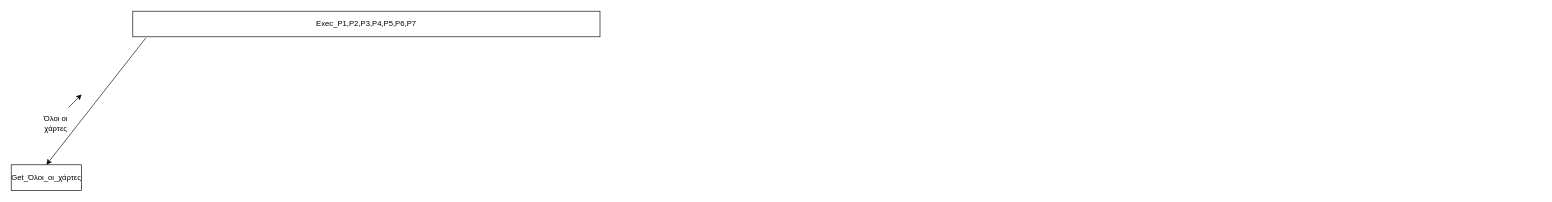
vag4me/Information_system keeps this draw.io diagram as dpd.drawio. Above is the earlier version. Source tidied: cells renumbered, new cells numbered last; positions are measured from the earlier drawing's top-left corner, leaving out a move shared by most shapes. Both pictures are drawn from the tidied source at 64%, with x=0, y=0 at pixel (11, 11).
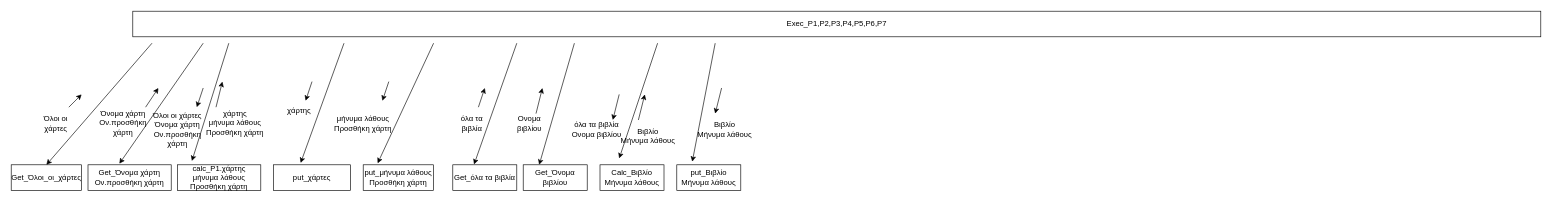
The same diagram, later.

Unchanged cells that the change refers to:
```xml
<mxCell id="3" value="Get_Όλοι_οι_χάρτες" style="whiteSpace=wrap;html=1;align=center;" parent="1" vertex="1">
  <mxGeometry y="240" width="110" height="40" as="geometry" />
</mxCell>
```

What changed in the source:
```diff
@@
     <mxCell id="2" value="Exec_P1,P2,P3,P4,P5,P6,P7" style="whiteSpace=wrap;html=1;align=center;" parent="1" vertex="1">
-      <mxGeometry x="190" width="730" height="40" as="geometry" />
+      <mxGeometry x="190" width="2200" height="40" as="geometry" />
     </mxCell>
@@
-    <mxCell id="4" style="endArrow=classic;html=1;rounded=0;exitX=0.028;exitY=1.043;exitDx=0;exitDy=0;exitPerimeter=0;entryX=0.5;entryY=0;entryDx=0;entryDy=0;" parent="1" edge="1" source="2" target="3">
-      <mxGeometry relative="1" as="geometry" />
+    <mxCell id="4" style="endArrow=classic;html=1;rounded=0;entryX=0.5;entryY=0;entryDx=0;entryDy=0;" parent="1" edge="1" target="3">
+      <mxGeometry relative="1" as="geometry">
+        <mxPoint x="220" y="50" as="sourcePoint" />
+      </mxGeometry>
     </mxCell>
@@
+    <mxCell id="7" value="Get_Όνομα χάρτη&lt;br&gt;Ον.προσθήκη χάρτη" style="whiteSpace=wrap;html=1;align=center;" parent="1" vertex="1">
+      <mxGeometry x="120" y="240" width="130" height="40" as="geometry" />
+    </mxCell>
+    <mxCell id="8" style="endArrow=classic;html=1;rounded=0;entryX=0.377;entryY=-0.044;entryDx=0;entryDy=0;entryPerimeter=0;" parent="1" edge="1" target="7">
+      <mxGeometry relative="1" as="geometry">
+        <mxPoint x="300" y="50" as="sourcePoint" />
+      </mxGeometry>
+    </mxCell>
+    <mxCell id="9" style="endArrow=classic;html=1;rounded=0;" parent="1" edge="1">
+      <mxGeometry relative="1" as="geometry">
+        <mxPoint x="210" y="150" as="sourcePoint" />
+        <mxPoint x="230" y="120" as="targetPoint" />
+      </mxGeometry>
+    </mxCell>
+    <mxCell id="10" value="Όνομα χάρτη&lt;br&gt;Ον.προσθήκη χάρτη" style="text;html=1;strokeColor=none;fillColor=none;align=center;verticalAlign=middle;whiteSpace=wrap;rounded=0;" parent="1" vertex="1">
+      <mxGeometry x="140" y="160" width="70" height="30" as="geometry" />
+    </mxCell>
+    <mxCell id="11" value="calc_Ρ1.χάρτης&lt;br&gt;μήνυμα λάθους&lt;br&gt;Προσθήκη χάρτη" style="whiteSpace=wrap;html=1;align=center;" parent="1" vertex="1">
+      <mxGeometry x="260" y="240" width="130" height="40" as="geometry" />
+    </mxCell>
+    <mxCell id="12" style="endArrow=classic;html=1;rounded=0;entryX=0.172;entryY=-0.148;entryDx=0;entryDy=0;entryPerimeter=0;" parent="1" edge="1" target="11">
+      <mxGeometry relative="1" as="geometry">
+        <mxPoint x="340" y="50" as="sourcePoint" />
+      </mxGeometry>
+    </mxCell>
+    <mxCell id="13" style="endArrow=classic;html=1;rounded=0;" parent="1" edge="1">
+      <mxGeometry relative="1" as="geometry">
+        <mxPoint x="300" y="120" as="sourcePoint" />
+        <mxPoint x="290" y="150" as="targetPoint" />
+      </mxGeometry>
+    </mxCell>
+    <mxCell id="14" value="Όλοι οι χάρτες&lt;br&gt;Όνομα χάρτη&lt;br&gt;Ον.προσθήκη χάρτη" style="text;html=1;strokeColor=none;fillColor=none;align=center;verticalAlign=middle;whiteSpace=wrap;rounded=0;" parent="1" vertex="1">
+      <mxGeometry x="220" y="170" width="80" height="30" as="geometry" />
+    </mxCell>
+    <mxCell id="15" style="endArrow=classic;html=1;rounded=0;" parent="1" edge="1">
+      <mxGeometry relative="1" as="geometry">
+        <mxPoint x="320" y="150" as="sourcePoint" />
+        <mxPoint x="330" y="110" as="targetPoint" />
+      </mxGeometry>
+    </mxCell>
+    <mxCell id="16" value="χάρτης&lt;br&gt;μήνυμα λάθους&lt;br&gt;Προσθήκη χάρτη" style="text;html=1;strokeColor=none;fillColor=none;align=center;verticalAlign=middle;whiteSpace=wrap;rounded=0;" parent="1" vertex="1">
+      <mxGeometry x="300" y="160" width="100" height="30" as="geometry" />
+    </mxCell>
+    <mxCell id="17" value="put_χάρτες" style="whiteSpace=wrap;html=1;align=center;" parent="1" vertex="1">
+      <mxGeometry x="410" y="240" width="120" height="40" as="geometry" />
+    </mxCell>
+    <mxCell id="18" style="endArrow=classic;html=1;rounded=0;entryX=0.352;entryY=-0.073;entryDx=0;entryDy=0;entryPerimeter=0;" parent="1" edge="1" target="17">
+      <mxGeometry relative="1" as="geometry">
+        <mxPoint x="520" y="50" as="sourcePoint" />
+      </mxGeometry>
+    </mxCell>
+    <mxCell id="19" style="endArrow=classic;html=1;rounded=0;" parent="1" edge="1">
+      <mxGeometry relative="1" as="geometry">
+        <mxPoint x="470" y="110" as="sourcePoint" />
+        <mxPoint x="460" y="140" as="targetPoint" />
+      </mxGeometry>
+    </mxCell>
+    <mxCell id="20" value="χάρτης" style="text;html=1;strokeColor=none;fillColor=none;align=center;verticalAlign=middle;whiteSpace=wrap;rounded=0;" parent="1" vertex="1">
+      <mxGeometry x="420" y="140" width="60" height="30" as="geometry" />
+    </mxCell>
+    <mxCell id="21" style="endArrow=classic;html=1;rounded=0;entryX=0.205;entryY=-0.058;entryDx=0;entryDy=0;entryPerimeter=0;" parent="1" edge="1" target="22">
+      <mxGeometry relative="1" as="geometry">
+        <mxPoint x="660" y="50" as="sourcePoint" />
+      </mxGeometry>
+    </mxCell>
+    <mxCell id="22" value="put_μήνυμα λάθους&lt;br&gt;Προσθήκη χάρτη" style="whiteSpace=wrap;html=1;align=center;" parent="1" vertex="1">
+      <mxGeometry x="550" y="240" width="110" height="40" as="geometry" />
+    </mxCell>
+    <mxCell id="23" style="endArrow=classic;html=1;rounded=0;" parent="1" edge="1">
+      <mxGeometry relative="1" as="geometry">
+        <mxPoint x="590" y="110" as="sourcePoint" />
+        <mxPoint x="580" y="140" as="targetPoint" />
+      </mxGeometry>
+    </mxCell>
+    <mxCell id="24" value="μήνυμα λάθους&lt;br&gt;Προσθήκη χάρτη" style="text;html=1;strokeColor=none;fillColor=none;align=center;verticalAlign=middle;whiteSpace=wrap;rounded=0;" parent="1" vertex="1">
+      <mxGeometry x="500" y="160" width="100" height="30" as="geometry" />
+    </mxCell>
+    <mxCell id="25" value="Get_όλα τα βιβλία" style="whiteSpace=wrap;html=1;align=center;" parent="1" vertex="1">
+      <mxGeometry x="690" y="240" width="100" height="40" as="geometry" />
+    </mxCell>
+    <mxCell id="26" style="endArrow=classic;html=1;rounded=0;entryX=0.332;entryY=-0.013;entryDx=0;entryDy=0;entryPerimeter=0;" parent="1" edge="1" target="25">
+      <mxGeometry relative="1" as="geometry">
+        <mxPoint x="790" y="50" as="sourcePoint" />
+      </mxGeometry>
+    </mxCell>
+    <mxCell id="27" style="endArrow=classic;html=1;rounded=0;" parent="1" edge="1">
+      <mxGeometry relative="1" as="geometry">
+        <mxPoint x="730" y="150" as="sourcePoint" />
+        <mxPoint x="740" y="120" as="targetPoint" />
+      </mxGeometry>
+    </mxCell>
+    <mxCell id="28" value="όλα τα βιβλία" style="text;html=1;strokeColor=none;fillColor=none;align=center;verticalAlign=middle;whiteSpace=wrap;rounded=0;" parent="1" vertex="1">
+      <mxGeometry x="690" y="160" width="60" height="30" as="geometry" />
+    </mxCell>
+    <mxCell id="29" value="Get_Όνομα βιβλίου" style="whiteSpace=wrap;html=1;align=center;" parent="1" vertex="1">
+      <mxGeometry x="800" y="240" width="100" height="40" as="geometry" />
+    </mxCell>
+    <mxCell id="30" style="endArrow=classic;html=1;rounded=0;entryX=0.25;entryY=0;entryDx=0;entryDy=0;" parent="1" edge="1" target="29">
+      <mxGeometry relative="1" as="geometry">
+        <mxPoint x="880" y="50" as="sourcePoint" />
+      </mxGeometry>
+    </mxCell>
+    <mxCell id="31" style="endArrow=classic;html=1;rounded=0;" parent="1" edge="1">
+      <mxGeometry relative="1" as="geometry">
+        <mxPoint x="820" y="160" as="sourcePoint" />
+        <mxPoint x="830" y="120" as="targetPoint" />
+      </mxGeometry>
+    </mxCell>
+    <mxCell id="32" value="Ονομα βιβλίου" style="text;html=1;strokeColor=none;fillColor=none;align=center;verticalAlign=middle;whiteSpace=wrap;rounded=0;" parent="1" vertex="1">
+      <mxGeometry x="780" y="160" width="60" height="30" as="geometry" />
+    </mxCell>
+    <mxCell id="33" value="Calc_Βιβλίο&lt;br&gt;Μήνυμα λάθους" style="whiteSpace=wrap;html=1;align=center;" parent="1" vertex="1">
+      <mxGeometry x="920" y="240" width="100" height="40" as="geometry" />
+    </mxCell>
+    <mxCell id="34" style="endArrow=classic;html=1;rounded=0;" parent="1" edge="1">
+      <mxGeometry relative="1" as="geometry">
+        <mxPoint x="1010" y="50" as="sourcePoint" />
+        <mxPoint x="950" y="230" as="targetPoint" />
+      </mxGeometry>
+    </mxCell>
+    <mxCell id="35" style="endArrow=classic;html=1;rounded=0;" parent="1" edge="1">
+      <mxGeometry relative="1" as="geometry">
+        <mxPoint x="950" y="130" as="sourcePoint" />
+        <mxPoint x="940" y="170" as="targetPoint" />
+      </mxGeometry>
+    </mxCell>
+    <mxCell id="36" value="όλα τα βιβλία&lt;br&gt;Ονομα βιβλίου" style="text;html=1;strokeColor=none;fillColor=none;align=center;verticalAlign=middle;whiteSpace=wrap;rounded=0;" parent="1" vertex="1">
+      <mxGeometry x="870" y="170" width="90" height="30" as="geometry" />
+    </mxCell>
+    <mxCell id="37" style="endArrow=classic;html=1;rounded=0;" parent="1" edge="1">
+      <mxGeometry relative="1" as="geometry">
+        <mxPoint x="980" y="170" as="sourcePoint" />
+        <mxPoint x="990" y="130" as="targetPoint" />
+      </mxGeometry>
+    </mxCell>
+    <mxCell id="38" value="Βιβλίο&lt;br&gt;Μήνυμα λάθους" style="text;html=1;strokeColor=none;fillColor=none;align=center;verticalAlign=middle;whiteSpace=wrap;rounded=0;" parent="1" vertex="1">
+      <mxGeometry x="950" y="180" width="90" height="30" as="geometry" />
+    </mxCell>
+    <mxCell id="39" value="put_Βιβλίο&lt;br&gt;Μήνυμα λάθους" style="whiteSpace=wrap;html=1;align=center;" parent="1" vertex="1">
+      <mxGeometry x="1040" y="240" width="100" height="40" as="geometry" />
+    </mxCell>
+    <mxCell id="40" style="endArrow=classic;html=1;rounded=0;entryX=0.242;entryY=-0.121;entryDx=0;entryDy=0;entryPerimeter=0;" parent="1" edge="1" target="39">
+      <mxGeometry relative="1" as="geometry">
+        <mxPoint x="1100" y="50" as="sourcePoint" />
+      </mxGeometry>
+    </mxCell>
+    <mxCell id="41" style="endArrow=classic;html=1;rounded=0;" parent="1" edge="1">
+      <mxGeometry relative="1" as="geometry">
+        <mxPoint x="1110" y="120" as="sourcePoint" />
+        <mxPoint x="1100" y="160" as="targetPoint" />
+      </mxGeometry>
+    </mxCell>
+    <mxCell id="42" value="Βιβλίο&lt;br&gt;Μήνυμα λάθους" style="text;html=1;strokeColor=none;fillColor=none;align=center;verticalAlign=middle;whiteSpace=wrap;rounded=0;" parent="1" vertex="1">
+      <mxGeometry x="1070" y="170" width="90" height="30" as="geometry" />
+    </mxCell>
```
